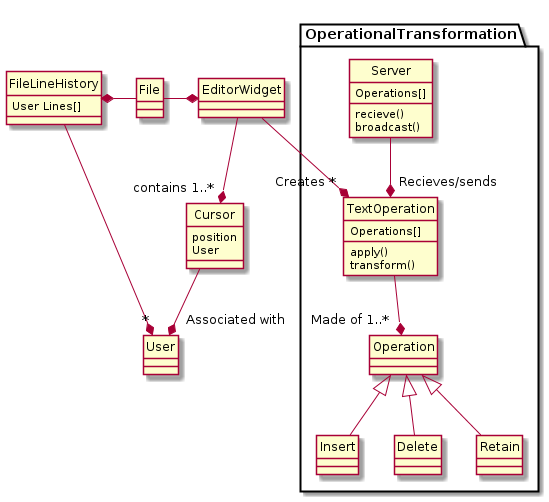
cs383-4/sQuire keeps this PlantUML diagram as doc/SSRS/images/ClassDiagrams/EditFile.png. Above is the earlier version.
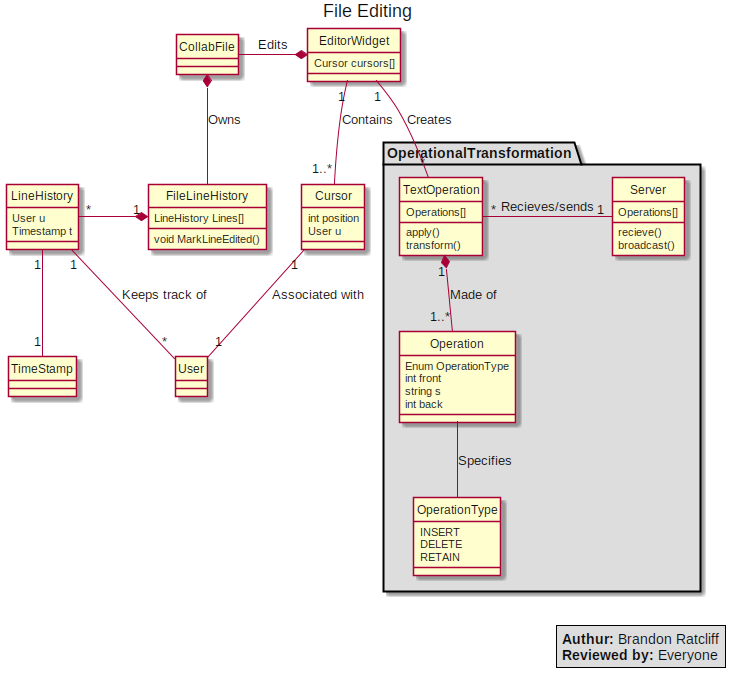
Above is the later version.

Commit message:
Updated EditFile class diagram

Change to the diagram source:
```diff
@@ -1,26 +1,39 @@
 @startuml
 hide circle
-class File
+title File Editing
+
+class CollabFile
 class User
 
-File -left-* EditorWidget
-class EditorWidget
+CollabFile -left-* EditorWidget: Edits
+class EditorWidget {
+  Cursor cursors[]
+}
 
 class FileLineHistory {
-  User Lines[]
+  LineHistory Lines[]
+  void MarkLineEdited()
 }
 
-File -right-* FileLineHistory
-FileLineHistory --* "*" User
-EditorWidget --* "contains 1..*" Cursor
+class LineHistory {
+  User u
+  Timestamp t
+}
+
+LineHistory "1" -- "*" User : "Keeps track of"
+LineHistory "1" -- "1" TimeStamp
+FileLineHistory "1" *-left- "*" LineHistory
+
+CollabFile *-down- FileLineHistory: "Owns"
+EditorWidget "1" -- "1..*" Cursor: "Contains"
 
 class Cursor {
-  position
-  User
+  int position
+  User u
 }
 
-Cursor --* "Associated with" User
-Package OperationalTransformation {
+Cursor "1" -- "1" User : "Associated with"
+Package OperationalTransformation #DDDDDD {
   class Server {
     Operations[]
     recieve()
@@ -34,17 +47,29 @@
   }
 
 
-  TextOperation --* "Made of 1..*" Operation
+  Server "1" -left- "*" TextOperation: "Recieves/sends"
+  TextOperation "1" *-- "1..*" Operation : "Made of"
 
-  class Operation
-  Class Insert
-  Class Delete
-  Class Retain
+  class Operation {
+    Enum OperationType
+    int front
+    string s
+    int back
+  }
 
-  Insert -up-|> Operation
-  Delete -up-|> Operation
-  Retain -up-|> Operation
+  enum OperationType {
+    INSERT
+    DELETE
+    RETAIN
+  }
+
+  OperationType -up- Operation : Specifies
 }
-Server -up-* "Recieves/sends" TextOperation
-EditorWidget --* "Creates *" TextOperation
+EditorWidget "1" -- "*" TextOperation: Creates
+
+legend right
+   <b>Authur:</b> Brandon Ratcliff
+   <b>Reviewed by:</b> Everyone
+endlegend
+
 @enduml
```
